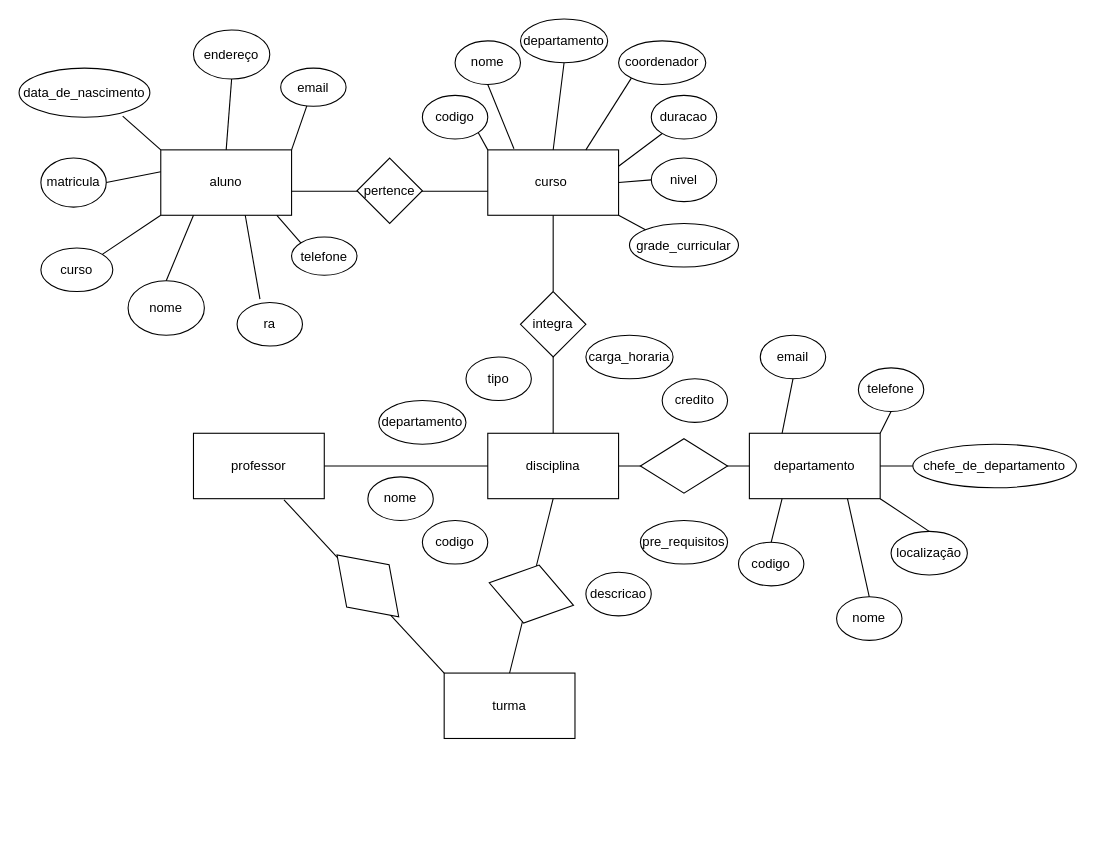
The draw.io diagram projetofinal-at1/projetofinal-DER.drawio in CODINOMEMVS/laboratoriobancodedados, before the edit. Source tidied: cells renumbered, new cells numbered last; positions are measured from the earlier drawing's top-left corner, leaving out a move shared by most shapes. Both pictures are drawn from the tidied source at 109%, with x=0, y=0 at pixel (19, 19).
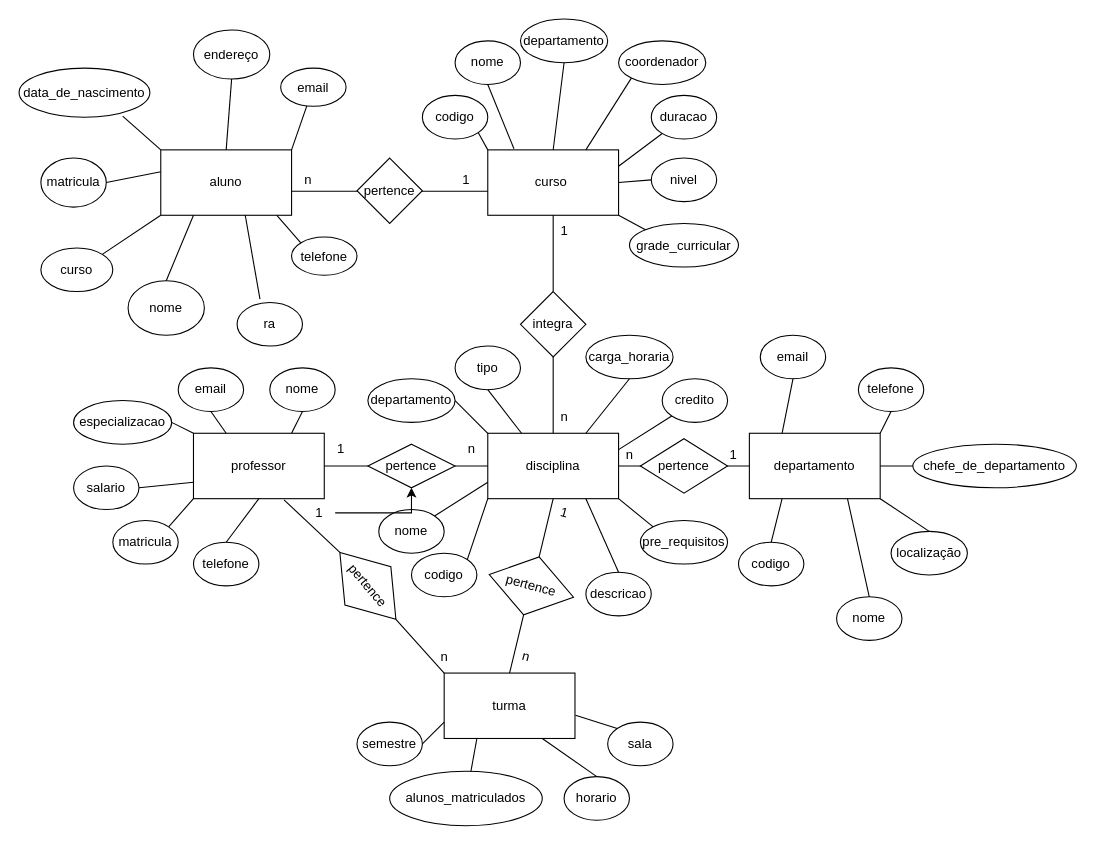
After the change.

The change refers to these unchanged cells:
```xml
<mxCell id="2" value="professor" style="rounded=0;whiteSpace=wrap;html=1;" parent="1" vertex="1">
  <mxGeometry x="160" y="380" width="120" height="60" as="geometry" />
</mxCell>
<mxCell id="4" value="turma" style="rounded=0;whiteSpace=wrap;html=1;" parent="1" vertex="1">
  <mxGeometry x="390" y="600" width="120" height="60" as="geometry" />
</mxCell>
<mxCell id="7" value="disciplina" style="rounded=0;whiteSpace=wrap;html=1;" parent="1" vertex="1">
  <mxGeometry x="430" y="380" width="120" height="60" as="geometry" />
</mxCell>
<mxCell id="62" value="carga_horaria" style="ellipse;whiteSpace=wrap;html=1;" parent="1" vertex="1">
  <mxGeometry x="520" y="290" width="80" height="40" as="geometry" />
</mxCell>
<mxCell id="63" value="credito" style="ellipse;whiteSpace=wrap;html=1;" parent="1" vertex="1">
  <mxGeometry x="590" y="330" width="60" height="40" as="geometry" />
</mxCell>
<mxCell id="66" value="pre_requisitos" style="ellipse;whiteSpace=wrap;html=1;" parent="1" vertex="1">
  <mxGeometry x="570" y="460" width="80" height="40" as="geometry" />
</mxCell>
<mxCell id="67" value="descricao" style="ellipse;whiteSpace=wrap;html=1;" parent="1" vertex="1">
  <mxGeometry x="520" y="507.5" width="60" height="40" as="geometry" />
</mxCell>
```

What changed in the source:
```diff
@@
-    <mxCell id="43" style="endArrow=none;html=1;rounded=0;entryX=0.5;entryY=1;entryDx=0;entryDy=0;exitX=0.5;exitY=0;exitDx=0;exitDy=0;" parent="1" edge="1" source="4" target="7">
+    <mxCell id="43" style="endArrow=none;html=1;rounded=0;entryX=0.5;entryY=1;entryDx=0;entryDy=0;exitX=0.5;exitY=0;exitDx=0;exitDy=0;" parent="1" edge="1" source="69" target="7">
       <mxGeometry relative="1" as="geometry" />
     </mxCell>
-    <mxCell id="44" style="endArrow=none;html=1;rounded=0;entryX=0.692;entryY=1.017;entryDx=0;entryDy=0;exitX=0;exitY=0;exitDx=0;exitDy=0;entryPerimeter=0;" parent="1" edge="1" source="4" target="2">
+    <mxCell id="44" style="endArrow=none;html=1;rounded=0;entryX=0.692;entryY=1.017;entryDx=0;entryDy=0;exitX=0;exitY=0.5;exitDx=0;exitDy=0;entryPerimeter=0;" parent="1" edge="1" source="70" target="2">
       <mxGeometry relative="1" as="geometry" />
     </mxCell>
@@
-    <mxCell id="46" style="endArrow=none;html=1;rounded=0;exitX=1;exitY=0.5;exitDx=0;exitDy=0;entryX=0;entryY=0.5;entryDx=0;entryDy=0;" parent="1" edge="1" source="2" target="7">
+    <mxCell id="46" style="endArrow=none;html=1;rounded=0;exitX=1;exitY=0.5;exitDx=0;exitDy=0;entryX=0;entryY=0.5;entryDx=0;entryDy=0;" parent="1" edge="1" source="106" target="7">
       <mxGeometry relative="1" as="geometry" />
     </mxCell>
@@
     <mxCell id="60" value="departamento" style="ellipse;whiteSpace=wrap;html=1;" parent="1" vertex="1">
-      <mxGeometry x="330" y="350" width="80" height="40" as="geometry" />
+      <mxGeometry x="320" y="330" width="80" height="40" as="geometry" />
     </mxCell>
     <mxCell id="61" value="tipo" style="ellipse;whiteSpace=wrap;html=1;" parent="1" vertex="1">
-      <mxGeometry x="410" y="310" width="60" height="40" as="geometry" />
+      <mxGeometry x="400" y="300" width="60" height="40" as="geometry" />
     </mxCell>
@@
     <mxCell id="64" value="nome" style="ellipse;whiteSpace=wrap;html=1;" parent="1" vertex="1">
-      <mxGeometry x="320" y="420" width="60" height="40" as="geometry" />
+      <mxGeometry x="330" y="450" width="60" height="40" as="geometry" />
     </mxCell>
     <mxCell id="65" value="codigo" style="ellipse;whiteSpace=wrap;html=1;" parent="1" vertex="1">
-      <mxGeometry x="370" y="460" width="60" height="40" as="geometry" />
+      <mxGeometry x="360" y="490" width="60" height="40" as="geometry" />
     </mxCell>
@@
-    <mxCell id="68" style="rhombus;whiteSpace=wrap;html=1;" parent="1" vertex="1">
+    <mxCell id="68" value="pertence" style="rhombus;whiteSpace=wrap;html=1;" parent="1" vertex="1">
       <mxGeometry x="570" y="385" width="80" height="50" as="geometry" />
     </mxCell>
+    <mxCell id="71" value="matricula" style="ellipse;whiteSpace=wrap;html=1;" parent="1" vertex="1">
+      <mxGeometry x="86" y="460" width="60" height="40" as="geometry" />
+    </mxCell>
+    <mxCell id="72" value="telefone" style="ellipse;whiteSpace=wrap;html=1;" parent="1" vertex="1">
+      <mxGeometry x="160" y="480" width="60" height="40" as="geometry" />
+    </mxCell>
+    <mxCell id="73" value="salario" style="ellipse;whiteSpace=wrap;html=1;" parent="1" vertex="1">
+      <mxGeometry x="50" y="410" width="60" height="40" as="geometry" />
+    </mxCell>
+    <mxCell id="74" value="especializacao" style="ellipse;whiteSpace=wrap;html=1;" parent="1" vertex="1">
+      <mxGeometry x="50" y="350" width="90" height="40" as="geometry" />
+    </mxCell>
+    <mxCell id="75" value="email" style="ellipse;whiteSpace=wrap;html=1;" parent="1" vertex="1">
+      <mxGeometry x="146" y="320" width="60" height="40" as="geometry" />
+    </mxCell>
+    <mxCell id="76" value="nome" style="ellipse;whiteSpace=wrap;html=1;" parent="1" vertex="1">
+      <mxGeometry x="230" y="320" width="60" height="40" as="geometry" />
+    </mxCell>
+    <mxCell id="77" style="endArrow=none;html=1;rounded=0;exitX=0;exitY=0;exitDx=0;exitDy=0;entryX=1;entryY=1;entryDx=0;entryDy=0;" parent="1" edge="1" source="66" target="7">
+      <mxGeometry relative="1" as="geometry" />
+    </mxCell>
+    <mxCell id="78" style="endArrow=none;html=1;rounded=0;exitX=1;exitY=0;exitDx=0;exitDy=0;entryX=0;entryY=1;entryDx=0;entryDy=0;" parent="1" edge="1" source="65" target="7">
+      <mxGeometry relative="1" as="geometry" />
+    </mxCell>
+    <mxCell id="79" style="endArrow=none;html=1;rounded=0;exitX=0.5;exitY=0;exitDx=0;exitDy=0;entryX=0.75;entryY=1;entryDx=0;entryDy=0;" parent="1" edge="1" source="67" target="7">
+      <mxGeometry relative="1" as="geometry" />
+    </mxCell>
+    <mxCell id="80" style="endArrow=none;html=1;rounded=0;exitX=1;exitY=0;exitDx=0;exitDy=0;entryX=0;entryY=0.75;entryDx=0;entryDy=0;" parent="1" edge="1" source="64" target="7">
+      <mxGeometry relative="1" as="geometry" />
+    </mxCell>
+    <mxCell id="81" style="endArrow=none;html=1;rounded=0;exitX=1;exitY=0.5;exitDx=0;exitDy=0;entryX=0;entryY=0;entryDx=0;entryDy=0;" parent="1" edge="1" source="60" target="7">
+      <mxGeometry relative="1" as="geometry" />
+    </mxCell>
+    <mxCell id="82" style="endArrow=none;html=1;rounded=0;entryX=0.5;entryY=1;entryDx=0;entryDy=0;" parent="1" edge="1" target="61">
+      <mxGeometry relative="1" as="geometry">
+        <mxPoint x="461" y="380" as="sourcePoint" />
+      </mxGeometry>
+    </mxCell>
+    <mxCell id="83" style="endArrow=none;html=1;rounded=0;entryX=0.5;entryY=1;entryDx=0;entryDy=0;exitX=0.75;exitY=0;exitDx=0;exitDy=0;" parent="1" edge="1" source="7" target="62">
+      <mxGeometry relative="1" as="geometry" />
+    </mxCell>
+    <mxCell id="84" style="endArrow=none;html=1;rounded=0;entryX=0;entryY=1;entryDx=0;entryDy=0;exitX=1;exitY=0.25;exitDx=0;exitDy=0;" parent="1" edge="1" source="7" target="63">
+      <mxGeometry relative="1" as="geometry" />
+    </mxCell>
+    <mxCell id="85" style="endArrow=none;html=1;rounded=0;entryX=0.5;entryY=1;entryDx=0;entryDy=0;exitX=0.5;exitY=0;exitDx=0;exitDy=0;" parent="1" edge="1" source="4" target="69">
+      <mxGeometry relative="1" as="geometry" />
+    </mxCell>
-    <mxCell id="69" style="rhombus;whiteSpace=wrap;html=1;rotation=15;" parent="1" vertex="1">
-      <mxGeometry x="430" y="500" width="80" height="55" as="geometry" />
+    <mxCell id="69" value="pertence" style="rhombus;whiteSpace=wrap;html=1;rotation=15;" parent="1" vertex="1">
+      <mxGeometry x="430" y="492.5" width="80" height="55" as="geometry" />
     </mxCell>
+    <mxCell id="86" style="endArrow=none;html=1;rounded=0;exitX=0;exitY=0;exitDx=0;exitDy=0;entryX=1;entryY=0.5;entryDx=0;entryDy=0;" parent="1" edge="1" source="4" target="70">
+      <mxGeometry relative="1" as="geometry" />
+    </mxCell>
-    <mxCell id="70" style="rhombus;whiteSpace=wrap;html=1;rotation=45;" parent="1" vertex="1">
+    <mxCell id="70" value="pertence" style="rhombus;whiteSpace=wrap;html=1;rotation=50;" parent="1" vertex="1">
       <mxGeometry x="280" y="492.5" width="80" height="55" as="geometry" />
     </mxCell>
+    <mxCell id="87" style="endArrow=none;html=1;rounded=0;exitX=0.5;exitY=0;exitDx=0;exitDy=0;entryX=0.5;entryY=1;entryDx=0;entryDy=0;" parent="1" edge="1" source="72" target="2">
+      <mxGeometry relative="1" as="geometry" />
+    </mxCell>
+    <mxCell id="88" style="endArrow=none;html=1;rounded=0;exitX=1;exitY=0;exitDx=0;exitDy=0;entryX=0;entryY=1;entryDx=0;entryDy=0;" parent="1" edge="1" source="71" target="2">
+      <mxGeometry relative="1" as="geometry" />
+    </mxCell>
+    <mxCell id="89" style="endArrow=none;html=1;rounded=0;exitX=1;exitY=0.5;exitDx=0;exitDy=0;entryX=0;entryY=0.75;entryDx=0;entryDy=0;" parent="1" edge="1" source="73" target="2">
+      <mxGeometry relative="1" as="geometry" />
+    </mxCell>
+    <mxCell id="90" style="endArrow=none;html=1;rounded=0;entryX=1;entryY=0.5;entryDx=0;entryDy=0;exitX=0;exitY=0;exitDx=0;exitDy=0;" parent="1" edge="1" source="2" target="74">
+      <mxGeometry relative="1" as="geometry" />
+    </mxCell>
+    <mxCell id="91" style="endArrow=none;html=1;rounded=0;entryX=0.5;entryY=1;entryDx=0;entryDy=0;exitX=0.25;exitY=0;exitDx=0;exitDy=0;" parent="1" edge="1" source="2" target="75">
+      <mxGeometry relative="1" as="geometry" />
+    </mxCell>
+    <mxCell id="92" style="endArrow=none;html=1;rounded=0;entryX=0.5;entryY=1;entryDx=0;entryDy=0;exitX=0.75;exitY=0;exitDx=0;exitDy=0;" parent="1" edge="1" source="2" target="76">
+      <mxGeometry relative="1" as="geometry" />
+    </mxCell>
+    <mxCell id="93" value="semestre" style="ellipse;whiteSpace=wrap;html=1;" parent="1" vertex="1">
+      <mxGeometry x="310" y="645" width="60" height="40" as="geometry" />
+    </mxCell>
+    <mxCell id="94" value="alunos_matriculados" style="ellipse;whiteSpace=wrap;html=1;" parent="1" vertex="1">
+      <mxGeometry x="340" y="690" width="140" height="50" as="geometry" />
+    </mxCell>
+    <mxCell id="95" value="sala" style="ellipse;whiteSpace=wrap;html=1;" parent="1" vertex="1">
+      <mxGeometry x="540" y="645" width="60" height="40" as="geometry" />
+    </mxCell>
+    <mxCell id="96" value="horario" style="ellipse;whiteSpace=wrap;html=1;" parent="1" vertex="1">
+      <mxGeometry x="500" y="695" width="60" height="40" as="geometry" />
+    </mxCell>
+    <mxCell id="97" style="endArrow=none;html=1;rounded=0;entryX=0.25;entryY=1;entryDx=0;entryDy=0;" parent="1" edge="1" source="94" target="4">
+      <mxGeometry relative="1" as="geometry" />
+    </mxCell>
+    <mxCell id="98" style="endArrow=none;html=1;rounded=0;exitX=1;exitY=0.5;exitDx=0;exitDy=0;entryX=0;entryY=0.75;entryDx=0;entryDy=0;" parent="1" edge="1" source="93" target="4">
+      <mxGeometry relative="1" as="geometry" />
+    </mxCell>
+    <mxCell id="99" style="endArrow=none;html=1;rounded=0;exitX=0.75;exitY=1;exitDx=0;exitDy=0;entryX=0.5;entryY=0;entryDx=0;entryDy=0;" parent="1" edge="1" source="4" target="96">
+      <mxGeometry relative="1" as="geometry" />
+    </mxCell>
+    <mxCell id="100" style="endArrow=none;html=1;rounded=0;exitX=1.004;exitY=0.646;exitDx=0;exitDy=0;exitPerimeter=0;entryX=0;entryY=0;entryDx=0;entryDy=0;" parent="1" edge="1" source="4" target="95">
+      <mxGeometry relative="1" as="geometry" />
+    </mxCell>
+    <mxCell id="101" value="1" style="text;html=1;align=center;verticalAlign=middle;strokeColor=none;fillColor=none;rotation=15;" parent="1" vertex="1">
+      <mxGeometry x="485" y="438" width="30" height="30" as="geometry" />
+    </mxCell>
+    <mxCell id="102" value="n" style="text;html=1;align=center;verticalAlign=middle;strokeColor=none;fillColor=none;rotation=15;" parent="1" vertex="1">
+      <mxGeometry x="450" y="570" width="30" height="30" as="geometry" />
+    </mxCell>
+    <mxCell id="103" value="1" style="text;html=1;align=center;verticalAlign=middle;strokeColor=none;fillColor=none;" parent="1" vertex="1">
+      <mxGeometry x="280" y="380" width="30" height="30" as="geometry" />
+    </mxCell>
+    <mxCell id="104" value="n" style="text;html=1;align=center;verticalAlign=middle;strokeColor=none;fillColor=none;" parent="1" vertex="1">
+      <mxGeometry x="400" y="380" width="30" height="30" as="geometry" />
+    </mxCell>
+    <mxCell id="105" style="endArrow=none;html=1;rounded=0;exitX=1;exitY=0.5;exitDx=0;exitDy=0;entryX=0;entryY=0.5;entryDx=0;entryDy=0;" parent="1" edge="1" source="2" target="106">
+      <mxGeometry relative="1" as="geometry" />
+    </mxCell>
+    <mxCell id="106" value="pertence" style="rhombus;whiteSpace=wrap;html=1;" parent="1" vertex="1">
+      <mxGeometry x="320" y="390" width="80" height="40" as="geometry" />
+    </mxCell>
+    <mxCell id="107" style="edgeStyle=orthogonalEdgeStyle;rounded=0;jettySize=auto;html=1;" parent="1" edge="1" source="108" target="106">
+      <mxGeometry relative="1" as="geometry" />
+    </mxCell>
+    <mxCell id="108" value="1" style="text;html=1;align=center;verticalAlign=middle;points=[];strokeColor=none;fillColor=none;" parent="1" vertex="1">
+      <mxGeometry x="260" y="438" width="30" height="30" as="geometry" />
+    </mxCell>
+    <mxCell id="109" value="n" style="text;html=1;align=center;verticalAlign=middle;strokeColor=none;fillColor=none;" parent="1" vertex="1">
+      <mxGeometry x="375" y="570" width="30" height="30" as="geometry" />
+    </mxCell>
+    <mxCell id="110" value="n" style="text;html=1;align=center;verticalAlign=middle;strokeColor=none;fillColor=none;" parent="1" vertex="1">
+      <mxGeometry x="545" y="385" width="30" height="30" as="geometry" />
+    </mxCell>
+    <mxCell id="111" value="1" style="text;html=1;align=center;verticalAlign=middle;strokeColor=none;fillColor=none;" parent="1" vertex="1">
+      <mxGeometry x="640" y="385" width="30" height="30" as="geometry" />
+    </mxCell>
+    <mxCell id="112" value="1" style="text;html=1;align=center;verticalAlign=middle;strokeColor=none;fillColor=none;" parent="1" vertex="1">
+      <mxGeometry x="485" y="180" width="30" height="30" as="geometry" />
+    </mxCell>
+    <mxCell id="113" value="n" style="text;html=1;align=center;verticalAlign=middle;strokeColor=none;fillColor=none;" parent="1" vertex="1">
+      <mxGeometry x="485" y="350" width="30" height="30" as="geometry" />
+    </mxCell>
+    <mxCell id="114" value="n" style="text;html=1;align=center;verticalAlign=middle;strokeColor=none;fillColor=none;" parent="1" vertex="1">
+      <mxGeometry x="250" y="132.5" width="30" height="30" as="geometry" />
+    </mxCell>
+    <mxCell id="115" value="1" style="text;html=1;align=center;verticalAlign=middle;strokeColor=none;fillColor=none;" parent="1" vertex="1">
+      <mxGeometry x="395" y="132.5" width="30" height="30" as="geometry" />
+    </mxCell>
```
